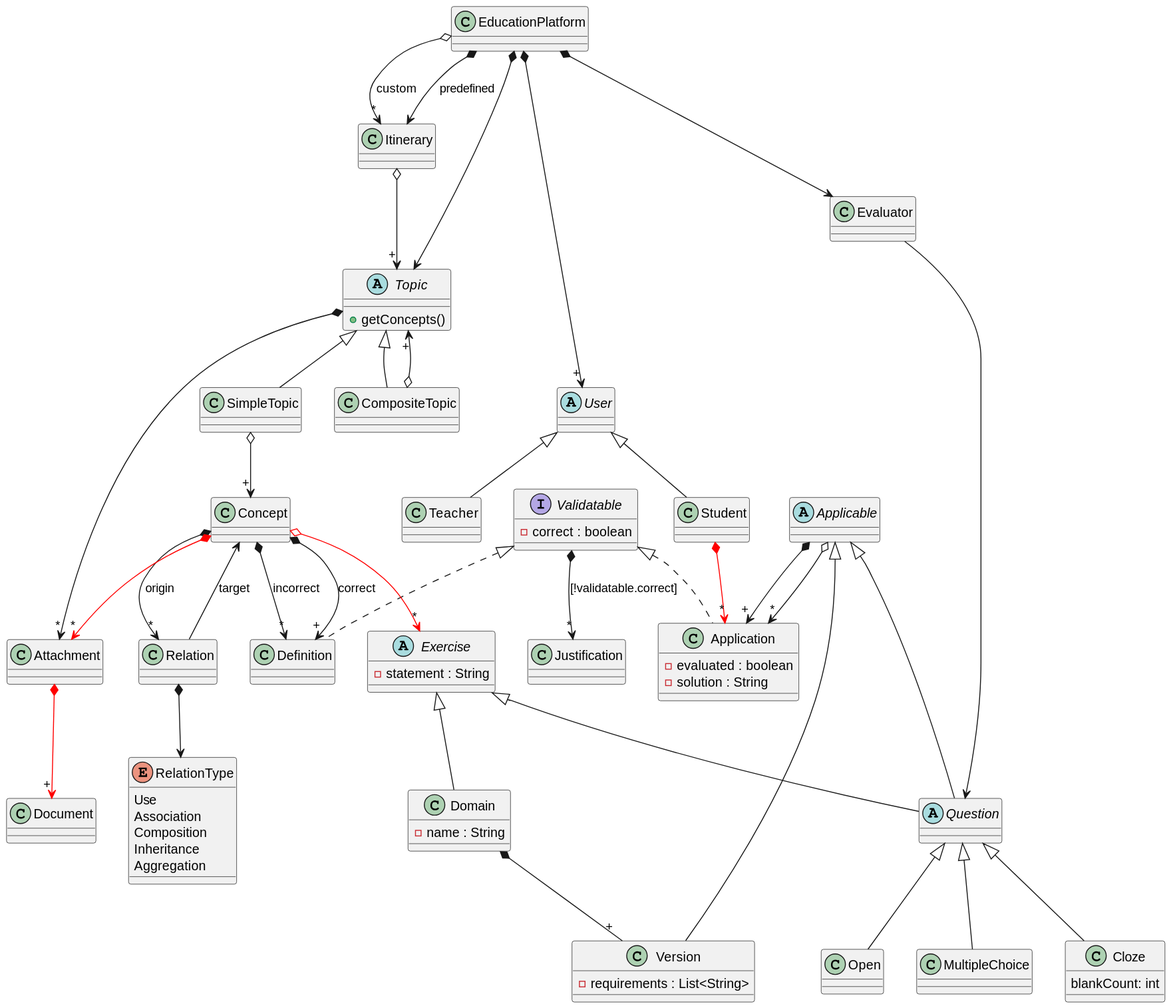
Above: out/Diagrams/EducationPlatform/Domain/EducationPlatformDomain.svg in jumpering/lab-turing (PlantUML), before the change.
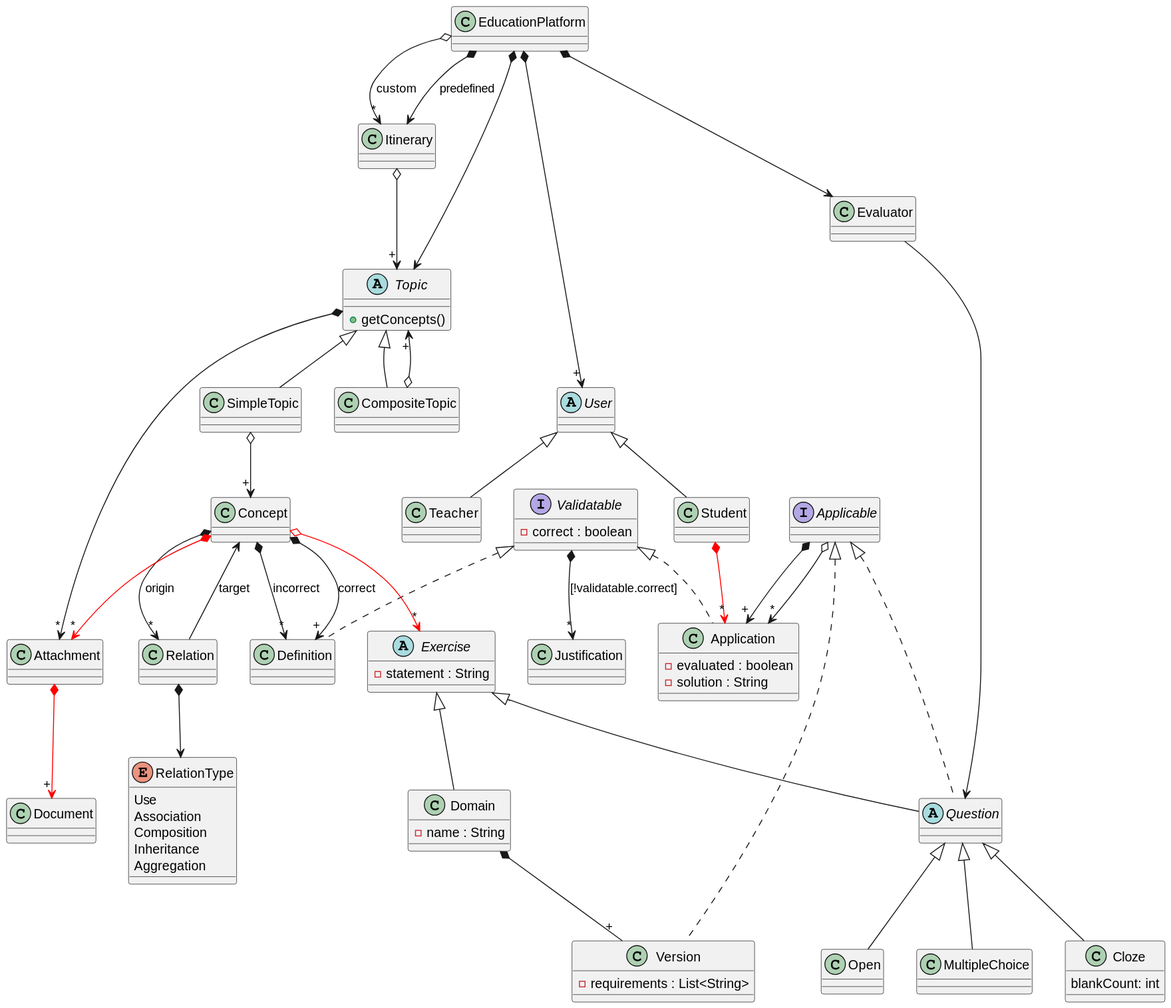
The same file after the commit.

Commit message:
change abstract to interface

Diff of the diagram source:
```diff
@@ -37,10 +37,10 @@
 }
 Domain *-- "+" Version
 
-abstract Applicable{
+interface Applicable{
 }
-Applicable <|-- Version
-Applicable <|-- Question
+Applicable <|.. Version
+Applicable <|.. Question
 Applicable *-->"+" Application
 Applicable o-->"*" Application
 
```
